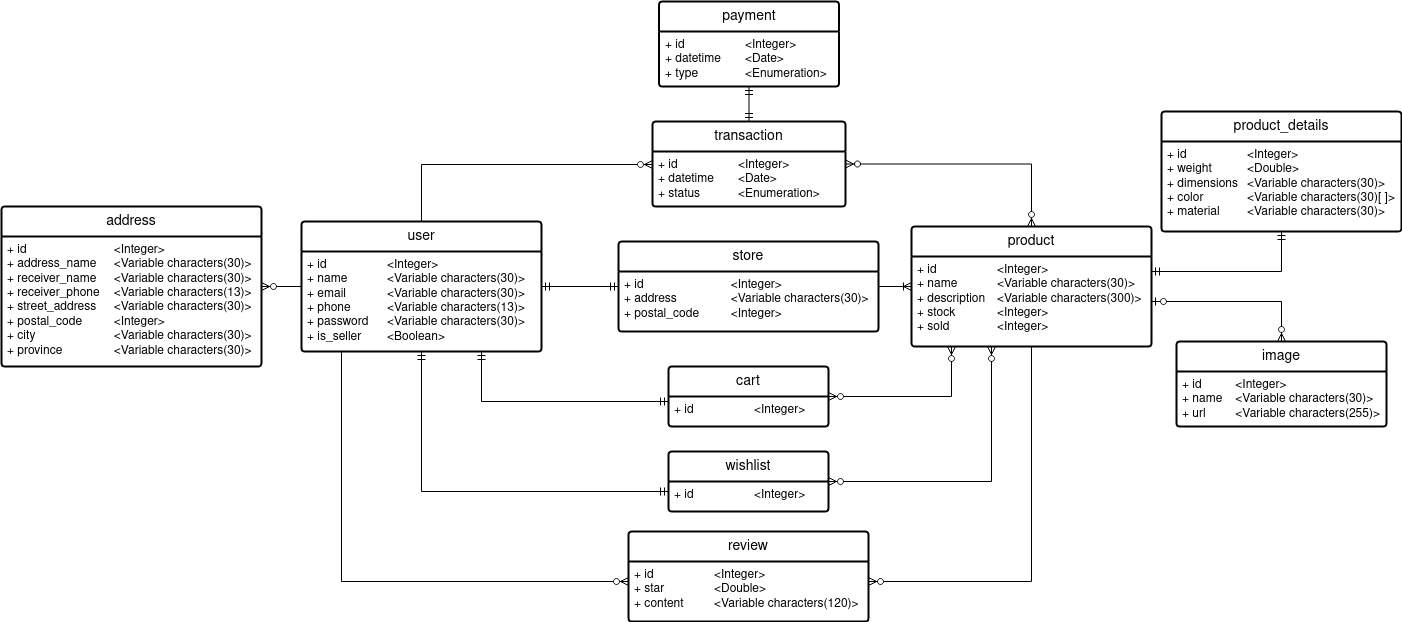
Earlier version of the draw.io export NusantaraStore051_CDM.drawio.png (borednuna/NusantaraStore051_BE). Source tidied: cells renumbered, new cells last; positions are measured from the earlier drawing's top-left corner, leaving out a move shared by most shapes.
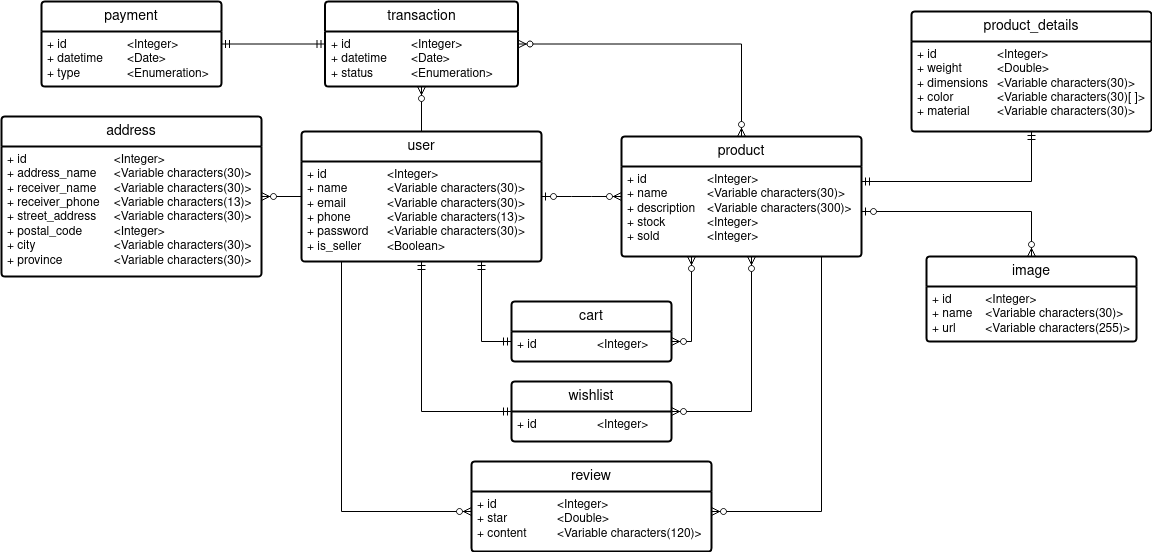
The same diagram one commit later.

What changed in the source:
```diff
@@ -17,26 +17,14 @@
     <mxCell id="6" style="fontSize=12;html=1;endArrow=ERzeroToMany;endFill=1;rounded=0;" parent="1" edge="1" source="2" target="4">
       <mxGeometry relative="1" as="geometry" />
     </mxCell>
-    <mxCell id="7" value="store" style="swimlane;horizontal=1;startSize=30;rounded=1;fontSize=14;fontStyle=0;strokeWidth=2;shadow=0;dashed=0;align=center;arcSize=4;whiteSpace=wrap;html=1;" parent="1" vertex="1">
-      <mxGeometry x="617" y="240" width="260" height="90" as="geometry" />
-    </mxCell>
-    <mxCell id="8" value="&lt;div&gt;+ id&lt;span style=&quot;white-space: pre;&quot;&gt;&#9;&lt;/span&gt;&lt;span style=&quot;white-space: pre;&quot;&gt;&#9;&lt;/span&gt;&lt;span style=&quot;white-space: pre;&quot;&gt;&#9;&lt;/span&gt;&lt;span style=&quot;white-space: pre;&quot;&gt;&#9;&lt;/span&gt;&amp;lt;Integer&amp;gt;&lt;/div&gt;&lt;div&gt;+ address&lt;span style=&quot;white-space: pre;&quot;&gt;&#9;&lt;/span&gt;&lt;span style=&quot;white-space: pre;&quot;&gt;&#9;&lt;/span&gt;&amp;lt;Variable characters(30)&amp;gt;&lt;br&gt;&lt;/div&gt;&lt;div&gt;+ postal_code&lt;span style=&quot;white-space: pre;&quot;&gt;&#9;&lt;/span&gt;&lt;span style=&quot;white-space: pre;&quot;&gt;&#9;&lt;/span&gt;&amp;lt;Integer&amp;gt;&lt;br&gt;&lt;/div&gt;" style="align=left;strokeColor=none;fillColor=none;spacingLeft=4;fontSize=12;verticalAlign=top;html=1;" parent="7" vertex="1">
-      <mxGeometry y="30" width="260" height="60" as="geometry" />
-    </mxCell>
-    <mxCell id="9" style="fontSize=12;html=1;endArrow=ERmandOne;startArrow=ERmandOne;rounded=0;" parent="1" edge="1" source="2" target="7">
-      <mxGeometry relative="1" as="geometry" />
-    </mxCell>
     <mxCell id="10" value="product" style="swimlane;horizontal=1;startSize=30;rounded=1;fontSize=14;fontStyle=0;strokeWidth=2;shadow=0;dashed=0;align=center;arcSize=4;whiteSpace=wrap;html=1;" parent="1" vertex="1">
-      <mxGeometry x="910" y="225" width="240" height="120" as="geometry" />
+      <mxGeometry x="620" y="225" width="240" height="120" as="geometry" />
     </mxCell>
     <mxCell id="11" value="&lt;div&gt;+ id&lt;span style=&quot;white-space: pre;&quot;&gt;&#9;&lt;/span&gt;&lt;span style=&quot;white-space: pre;&quot;&gt;&#9;&lt;/span&gt;&lt;span style=&quot;white-space: pre;&quot;&gt;&#9;&lt;/span&gt;&amp;lt;Integer&amp;gt;&lt;/div&gt;&lt;div&gt;+ name&lt;span style=&quot;white-space: pre;&quot;&gt;&#9;&lt;/span&gt;&lt;span style=&quot;white-space: pre;&quot;&gt;&#9;&lt;/span&gt;&amp;lt;Variable characters(30)&amp;gt;&lt;br&gt;&lt;/div&gt;&lt;div&gt;+ description&lt;span style=&quot;white-space: pre;&quot;&gt;&#9;&lt;/span&gt;&amp;lt;Variable characters(300)&amp;gt;&lt;br&gt;&lt;/div&gt;&lt;div&gt;+ stock&lt;span style=&quot;white-space: pre;&quot;&gt;&#9;&lt;/span&gt;&lt;span style=&quot;white-space: pre;&quot;&gt;&#9;&lt;/span&gt;&amp;lt;Integer&amp;gt;&lt;/div&gt;&lt;div&gt;+ sold&lt;span style=&quot;white-space: pre;&quot;&gt;&#9;&lt;/span&gt;&lt;span style=&quot;white-space: pre;&quot;&gt;&#9;&lt;/span&gt;&amp;lt;Integer&amp;gt;&lt;br&gt;&lt;/div&gt;" style="align=left;strokeColor=none;fillColor=none;spacingLeft=4;fontSize=12;verticalAlign=top;html=1;" parent="10" vertex="1">
       <mxGeometry y="30" width="240" height="90" as="geometry" />
     </mxCell>
-    <mxCell id="12" style="fontSize=12;html=1;endArrow=ERoneToMany;rounded=0;" parent="1" edge="1" source="7" target="10">
-      <mxGeometry relative="1" as="geometry" />
-    </mxCell>
     <mxCell id="13" value="product_details" style="swimlane;horizontal=1;startSize=30;rounded=1;fontSize=14;fontStyle=0;strokeWidth=2;shadow=0;dashed=0;align=center;arcSize=4;whiteSpace=wrap;html=1;" parent="1" vertex="1">
-      <mxGeometry x="1160" y="110" width="240" height="120" as="geometry" />
+      <mxGeometry x="910" y="100" width="240" height="120" as="geometry" />
     </mxCell>
     <mxCell id="14" value="&lt;div&gt;+ id&lt;span style=&quot;white-space: pre;&quot;&gt;&#9;&lt;/span&gt;&lt;span style=&quot;white-space: pre;&quot;&gt;&#9;&lt;/span&gt;&lt;span style=&quot;white-space: pre;&quot;&gt;&#9;&lt;/span&gt;&amp;lt;Integer&amp;gt;&lt;/div&gt;&lt;div&gt;+ weight&lt;span style=&quot;white-space: pre;&quot;&gt;&#9;&lt;/span&gt;&lt;span style=&quot;white-space: pre;&quot;&gt;&#9;&lt;/span&gt;&amp;lt;Double&amp;gt;&lt;/div&gt;&lt;div&gt;+ dimensions&lt;span style=&quot;white-space: pre;&quot;&gt;&#9;&lt;/span&gt;&amp;lt;Variable characters(30)&amp;gt;&lt;br&gt;&lt;/div&gt;&lt;div&gt;+ color&lt;span style=&quot;white-space: pre;&quot;&gt;&#9;&lt;/span&gt;&lt;span style=&quot;white-space: pre;&quot;&gt;&#9;&lt;/span&gt;&amp;lt;Variable characters(30)[ ]&amp;gt;&lt;br&gt;&lt;/div&gt;&lt;div&gt;+ material&lt;span style=&quot;white-space: pre;&quot;&gt;&#9;&lt;/span&gt;&amp;lt;Variable characters(30)&amp;gt;&lt;br&gt;&lt;/div&gt;" style="align=left;strokeColor=none;fillColor=none;spacingLeft=4;fontSize=12;verticalAlign=top;html=1;" parent="13" vertex="1">
       <mxGeometry y="30" width="240" height="90" as="geometry" />
@@ -44,12 +32,12 @@
     <mxCell id="15" style="fontSize=12;html=1;endArrow=ERmandOne;startArrow=ERmandOne;rounded=0;edgeStyle=orthogonalEdgeStyle;" parent="1" edge="1" source="10" target="13">
       <mxGeometry relative="1" as="geometry">
         <Array as="points">
-          <mxPoint x="1280" y="270" />
+          <mxPoint x="1030" y="270" />
         </Array>
       </mxGeometry>
     </mxCell>
     <mxCell id="16" value="review" style="swimlane;horizontal=1;startSize=30;rounded=1;fontSize=14;fontStyle=0;strokeWidth=2;shadow=0;dashed=0;align=center;arcSize=4;whiteSpace=wrap;html=1;" parent="1" vertex="1">
-      <mxGeometry x="627" y="530" width="240" height="90" as="geometry" />
+      <mxGeometry x="470" y="550" width="240" height="90" as="geometry" />
     </mxCell>
     <mxCell id="17" value="&lt;div&gt;+ id&lt;span style=&quot;white-space: pre;&quot;&gt;&#9;&lt;/span&gt;&lt;span style=&quot;white-space: pre;&quot;&gt;&#9;&lt;/span&gt;&lt;span style=&quot;white-space: pre;&quot;&gt;&#9;&lt;/span&gt;&amp;lt;Integer&amp;gt;&lt;/div&gt;&lt;div&gt;+ star&lt;span style=&quot;white-space: pre;&quot;&gt;&#9;&lt;/span&gt;&lt;span style=&quot;white-space: pre;&quot;&gt;&#9;&lt;/span&gt;&amp;lt;Double&amp;gt;&lt;/div&gt;&lt;div&gt;+ content&lt;span style=&quot;white-space: pre;&quot;&gt;&#9;&lt;/span&gt;&lt;span style=&quot;white-space: pre;&quot;&gt;&#9;&lt;/span&gt;&amp;lt;Variable characters(120)&amp;gt;&lt;br&gt;&lt;/div&gt;" style="align=left;strokeColor=none;fillColor=none;spacingLeft=4;fontSize=12;verticalAlign=top;html=1;" parent="16" vertex="1">
       <mxGeometry y="30" width="240" height="60" as="geometry" />
@@ -57,19 +45,19 @@
     <mxCell id="18" style="fontSize=12;html=1;endArrow=ERzeroToMany;endFill=1;rounded=0;edgeStyle=orthogonalEdgeStyle;" parent="1" edge="1" source="10" target="16">
       <mxGeometry relative="1" as="geometry">
         <Array as="points">
-          <mxPoint x="1030" y="580" />
+          <mxPoint x="820" y="600" />
         </Array>
       </mxGeometry>
     </mxCell>
     <mxCell id="19" style="edgeStyle=orthogonalEdgeStyle;fontSize=12;html=1;endArrow=ERzeroToMany;endFill=1;rounded=0;" parent="1" edge="1" source="2" target="16">
       <mxGeometry relative="1" as="geometry">
         <Array as="points">
-          <mxPoint x="340" y="580" />
+          <mxPoint x="340" y="600" />
         </Array>
       </mxGeometry>
     </mxCell>
     <mxCell id="20" value="image" style="swimlane;horizontal=1;startSize=30;rounded=1;fontSize=14;fontStyle=0;strokeWidth=2;shadow=0;dashed=0;align=center;arcSize=4;whiteSpace=wrap;html=1;" parent="1" vertex="1">
-      <mxGeometry x="1175" y="340" width="210" height="85" as="geometry" />
+      <mxGeometry x="925" y="345" width="210" height="85" as="geometry" />
     </mxCell>
     <mxCell id="21" value="&lt;div&gt;+ id&lt;span style=&quot;white-space: pre;&quot;&gt;&#9;&lt;/span&gt;&lt;span style=&quot;white-space: pre;&quot;&gt;&#9;&lt;/span&gt;&amp;lt;Integer&amp;gt;&lt;/div&gt;&lt;div&gt;+ name&lt;span style=&quot;white-space: pre;&quot;&gt;&#9;&lt;/span&gt;&amp;lt;Variable characters(30)&amp;gt;&lt;br&gt;&lt;/div&gt;+ url&lt;span style=&quot;white-space: pre;&quot;&gt;&#9;&lt;/span&gt;&amp;lt;Variable characters(255)&amp;gt;" style="align=left;strokeColor=none;fillColor=none;spacingLeft=4;fontSize=12;verticalAlign=top;html=1;" parent="20" vertex="1">
       <mxGeometry y="30" width="210" height="55" as="geometry" />
@@ -77,12 +65,12 @@
     <mxCell id="22" style="fontSize=12;html=1;endArrow=ERzeroToMany;startArrow=ERzeroToOne;rounded=0;edgeStyle=orthogonalEdgeStyle;" parent="1" edge="1" source="10" target="20">
       <mxGeometry relative="1" as="geometry">
         <Array as="points">
-          <mxPoint x="1280" y="300" />
+          <mxPoint x="1030" y="300" />
         </Array>
       </mxGeometry>
     </mxCell>
     <mxCell id="23" value="transaction" style="swimlane;horizontal=1;startSize=30;rounded=1;fontSize=14;fontStyle=0;strokeWidth=2;shadow=0;dashed=0;align=center;arcSize=4;whiteSpace=wrap;html=1;" parent="1" vertex="1">
-      <mxGeometry x="651" y="120" width="193" height="85" as="geometry" />
+      <mxGeometry x="323.5" y="90" width="193" height="85" as="geometry" />
     </mxCell>
     <mxCell id="24" value="&lt;div&gt;+ id&lt;span style=&quot;white-space: pre;&quot;&gt;&#9;&lt;/span&gt;&lt;span style=&quot;white-space: pre;&quot;&gt;&#9;&lt;/span&gt;&lt;span style=&quot;white-space: pre;&quot;&gt;&#9;&lt;/span&gt;&amp;lt;Integer&amp;gt;&lt;/div&gt;&lt;div&gt;+ datetime&lt;span style=&quot;white-space: pre;&quot;&gt;&#9;&lt;/span&gt;&amp;lt;Date&amp;gt;&lt;/div&gt;&lt;div&gt;+ status&lt;span style=&quot;white-space: pre;&quot;&gt;&#9;&lt;/span&gt;&lt;span style=&quot;white-space: pre;&quot;&gt;&#9;&lt;/span&gt;&amp;lt;Enumeration&amp;gt;&lt;br&gt;&lt;/div&gt;" style="align=left;strokeColor=none;fillColor=none;spacingLeft=4;fontSize=12;verticalAlign=top;html=1;" parent="23" vertex="1">
       <mxGeometry y="30" width="193" height="55" as="geometry" />
@@ -90,12 +78,12 @@
     <mxCell id="25" style="fontSize=12;html=1;endArrow=ERzeroToMany;endFill=1;rounded=0;edgeStyle=orthogonalEdgeStyle;" parent="1" edge="1" source="2" target="23">
       <mxGeometry relative="1" as="geometry">
         <Array as="points">
-          <mxPoint x="770" y="163" />
+          <mxPoint x="420" y="133" />
         </Array>
       </mxGeometry>
     </mxCell>
     <mxCell id="26" value="payment" style="swimlane;horizontal=1;startSize=30;rounded=1;fontSize=14;fontStyle=0;strokeWidth=2;shadow=0;dashed=0;align=center;arcSize=4;whiteSpace=wrap;html=1;" parent="1" vertex="1">
-      <mxGeometry x="657.5" width="180" height="85" as="geometry" />
+      <mxGeometry x="40" y="90" width="180" height="85" as="geometry" />
     </mxCell>
     <mxCell id="27" value="&lt;div&gt;+ id&lt;span style=&quot;white-space: pre;&quot;&gt;&#9;&lt;/span&gt;&lt;span style=&quot;white-space: pre;&quot;&gt;&#9;&lt;/span&gt;&lt;span style=&quot;white-space: pre;&quot;&gt;&#9;&lt;/span&gt;&amp;lt;Integer&amp;gt;&lt;/div&gt;&lt;div&gt;+ datetime&lt;span style=&quot;white-space: pre;&quot;&gt;&#9;&lt;/span&gt;&amp;lt;Date&amp;gt;&lt;/div&gt;&lt;div&gt;+ type&lt;span style=&quot;white-space: pre;&quot;&gt;&#9;&lt;/span&gt;&lt;span style=&quot;white-space: pre;&quot;&gt;&#9;&lt;/span&gt;&amp;lt;Enumeration&amp;gt;&lt;br&gt;&lt;/div&gt;" style="align=left;strokeColor=none;fillColor=none;spacingLeft=4;fontSize=12;verticalAlign=top;html=1;" parent="26" vertex="1">
       <mxGeometry y="30" width="180" height="55" as="geometry" />
@@ -107,7 +95,7 @@
       <mxGeometry relative="1" as="geometry" />
     </mxCell>
     <mxCell id="30" value="wishlist" style="swimlane;horizontal=1;startSize=30;rounded=1;fontSize=14;fontStyle=0;strokeWidth=2;shadow=0;dashed=0;align=center;arcSize=4;whiteSpace=wrap;html=1;" parent="1" vertex="1">
-      <mxGeometry x="667" y="450" width="160" height="60" as="geometry" />
+      <mxGeometry x="510" y="470" width="160" height="60" as="geometry" />
     </mxCell>
     <mxCell id="31" value="+ id&lt;span style=&quot;white-space: pre;&quot;&gt;&#9;&lt;/span&gt;&lt;span style=&quot;white-space: pre;&quot;&gt;&#9;&lt;span style=&quot;white-space: pre;&quot;&gt;&#9;&lt;/span&gt;&lt;/span&gt;&amp;lt;Integer&amp;gt;" style="align=left;strokeColor=none;fillColor=none;spacingLeft=4;fontSize=12;verticalAlign=top;html=1;" parent="30" vertex="1">
       <mxGeometry y="30" width="160" height="30" as="geometry" />
@@ -115,12 +103,12 @@
     <mxCell id="32" style="fontSize=12;html=1;endArrow=ERmandOne;startArrow=ERmandOne;rounded=0;edgeStyle=orthogonalEdgeStyle;" parent="1" edge="1" source="2" target="30">
       <mxGeometry relative="1" as="geometry">
         <Array as="points">
-          <mxPoint x="420" y="490" />
+          <mxPoint x="420" y="500" />
         </Array>
       </mxGeometry>
     </mxCell>
     <mxCell id="33" value="cart" style="swimlane;horizontal=1;startSize=30;rounded=1;fontSize=14;fontStyle=0;strokeWidth=2;shadow=0;dashed=0;align=center;arcSize=4;whiteSpace=wrap;html=1;" parent="1" vertex="1">
-      <mxGeometry x="667" y="365" width="160" height="60" as="geometry" />
+      <mxGeometry x="510" y="390" width="160" height="60" as="geometry" />
     </mxCell>
     <mxCell id="34" value="+ id&lt;span style=&quot;white-space: pre;&quot;&gt;&#9;&lt;/span&gt;&lt;span style=&quot;white-space: pre;&quot;&gt;&#9;&lt;/span&gt;&lt;span style=&quot;white-space: pre;&quot;&gt;&#9;&lt;/span&gt;&amp;lt;Integer&amp;gt;" style="align=left;strokeColor=none;fillColor=none;spacingLeft=4;fontSize=12;verticalAlign=top;html=1;" parent="33" vertex="1">
       <mxGeometry y="30" width="160" height="30" as="geometry" />
@@ -128,23 +116,26 @@
     <mxCell id="35" style="edgeStyle=orthogonalEdgeStyle;fontSize=12;html=1;endArrow=ERmandOne;startArrow=ERmandOne;rounded=0;" parent="1" edge="1" source="2" target="33">
       <mxGeometry relative="1" as="geometry">
         <Array as="points">
-          <mxPoint x="480" y="400" />
+          <mxPoint x="480" y="430" />
         </Array>
       </mxGeometry>
     </mxCell>
     <mxCell id="36" style="edgeStyle=orthogonalEdgeStyle;fontSize=12;html=1;endArrow=ERzeroToMany;endFill=1;startArrow=ERzeroToMany;rounded=0;" parent="1" edge="1" source="33" target="10">
       <mxGeometry relative="1" as="geometry">
         <Array as="points">
-          <mxPoint x="950" y="395" />
+          <mxPoint x="690" y="430" />
         </Array>
       </mxGeometry>
     </mxCell>
     <mxCell id="37" style="edgeStyle=orthogonalEdgeStyle;fontSize=12;html=1;endArrow=ERzeroToMany;endFill=1;startArrow=ERzeroToMany;rounded=0;" parent="1" edge="1" source="30" target="10">
       <mxGeometry relative="1" as="geometry">
         <Array as="points">
-          <mxPoint x="990" y="480" />
+          <mxPoint x="750" y="500" />
         </Array>
       </mxGeometry>
     </mxCell>
+    <mxCell id="38" style="edgeStyle=entityRelationEdgeStyle;fontSize=12;html=1;endArrow=ERzeroToMany;startArrow=ERzeroToOne;rounded=0;" parent="1" edge="1" source="2" target="10">
+      <mxGeometry relative="1" as="geometry" />
+    </mxCell>
   </root>
 </mxGraphModel>
```
